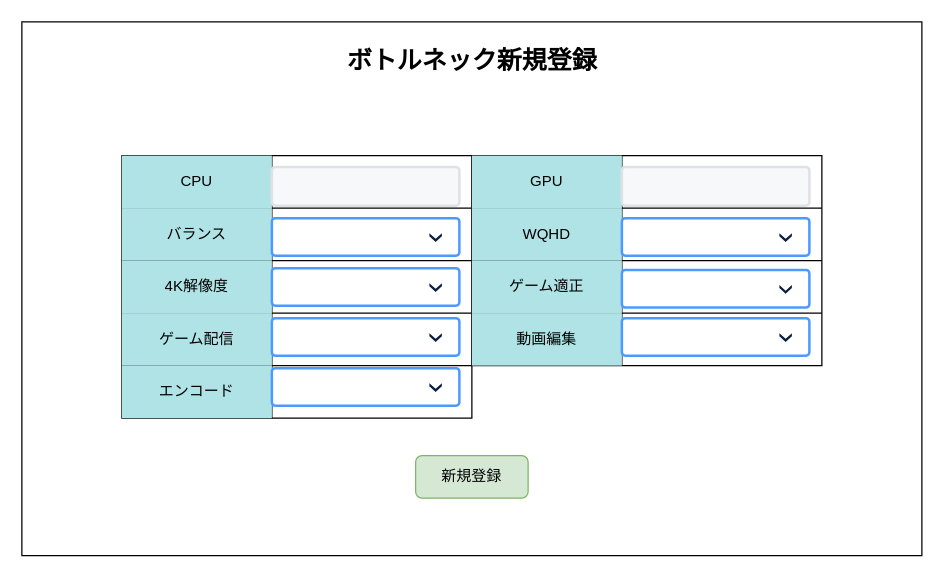
Earlier version of the draw.io diagram page "S06-02ボトルネック新規登録" (2 of 3) of 各種設計書/6.画面設計書/S06_ボトルネックマスタ.drawio (HaruShim/Sotuken). Source tidied: cells renumbered, new cells numbered last; positions are measured from the earlier drawing's top-left corner, leaving out a move shared by most shapes. Both pictures are drawn from the tidied source at 125%, with x=0, y=0 at pixel (21, 21). Pictures stored in the file or linked from it are replaced by grey dashed boxes.
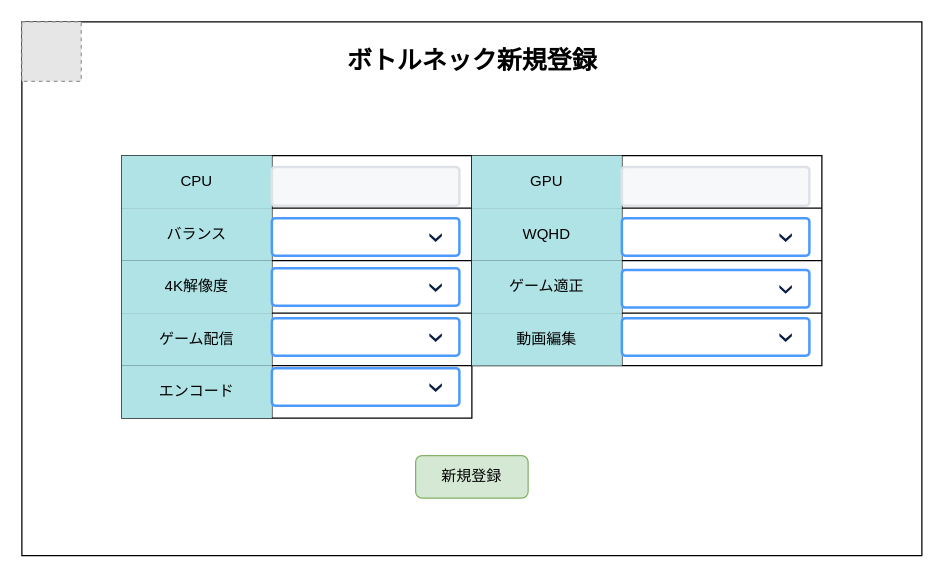
Above is the later version.

What changed in the source:
```diff
@@
+    <mxCell id="50" style="fillColor=#E6E6E6;strokeColor=#999999;dashed=1;html=1;verticalAlign=top;verticalLabelPosition=bottom;labelBackgroundColor=#ffffff;" parent="1" vertex="1">
+      <mxGeometry width="47.5" height="47.5" as="geometry" />
+    </mxCell>
```
